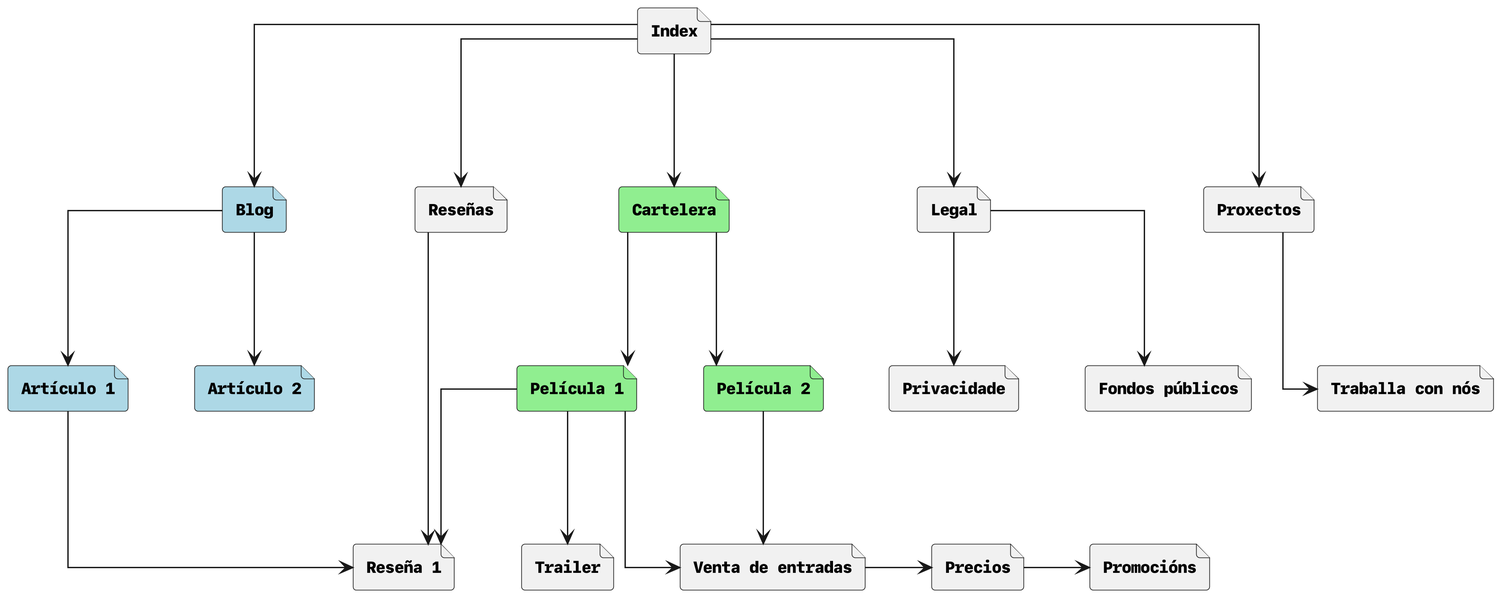
Before: docs/arquitectura_informacion.png, a diagram exported from PlantUML (eerii/daw).
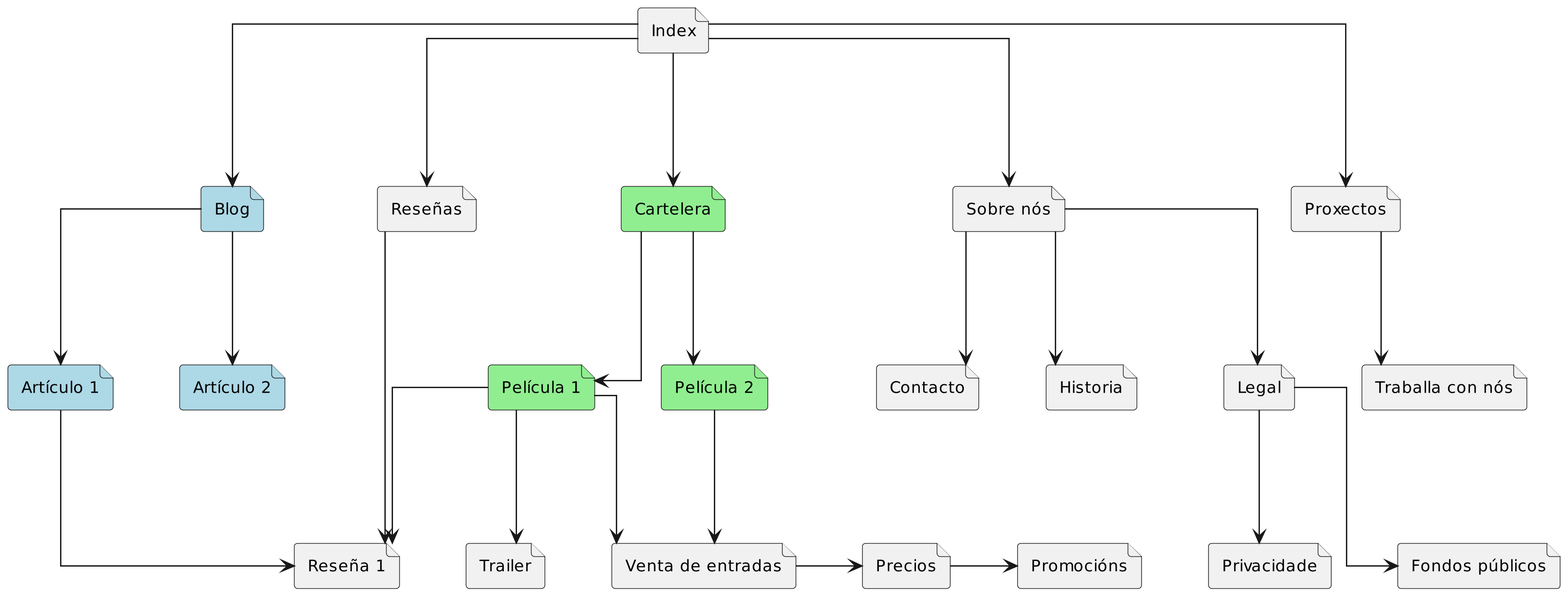
The same file after the commit.

Diff of the diagram source:
```diff
@@ -26,6 +26,9 @@
 file Precios
 file Promocións
 
+file "Sobre nós" as SN
+file Contacto
+file Historia
 file Legal
 file Privacidade
 file "Fondos públicos" as FP
@@ -51,9 +54,13 @@
 P1 --> Trailer
 P1 --> R1
 
-Index --> Legal
+Index --> SN
+SN --> Legal
+SN --> Contacto
+SN --> Historia
 Legal --> Privacidade
 Legal --> FP
+
 
 Index --> Proxectos
 Proxectos --> TN
```
